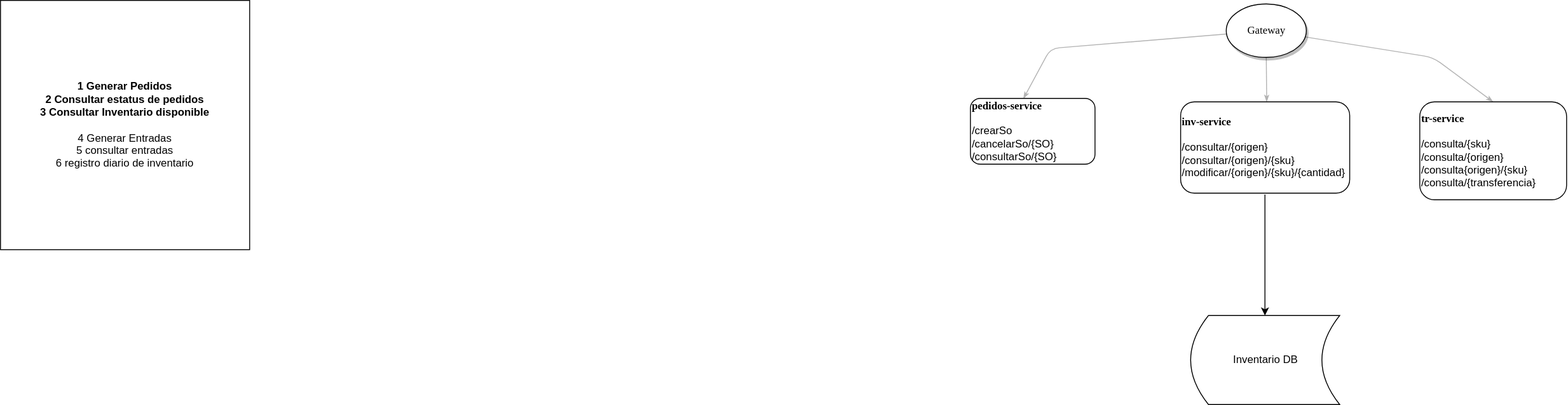
Earlier version of the draw.io export Untitled Diagram.svg (erick12357/pruebaRest). Source tidied: cells renumbered, new cells last; positions are measured from the earlier drawing's top-left corner, leaving out a move shared by most shapes.
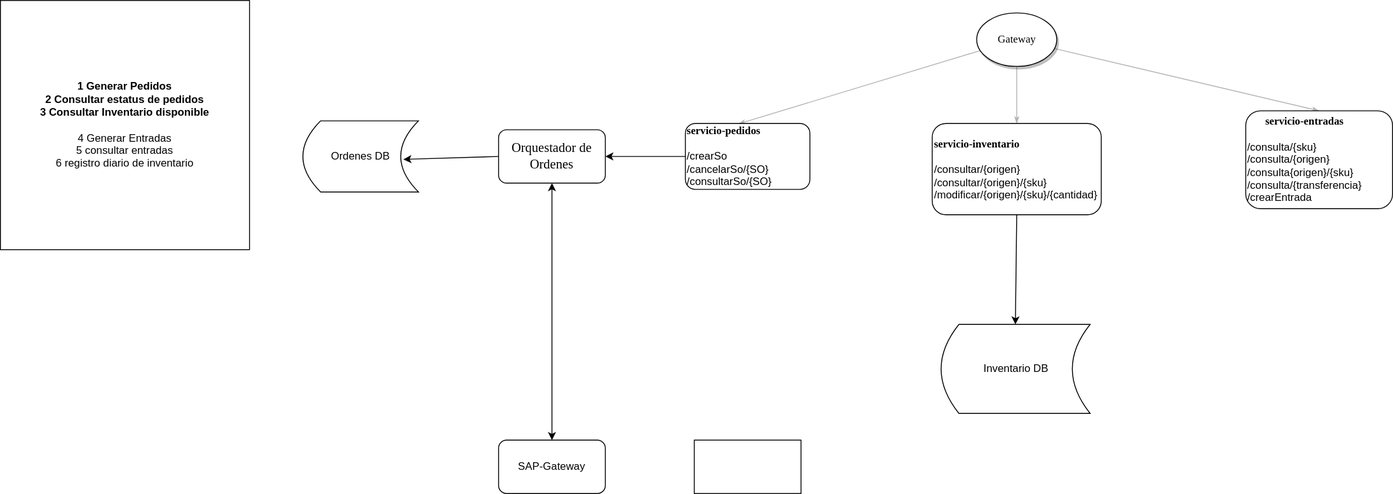
Above is the later version.

Diff of the diagram source:
```diff
@@ -2,48 +2,58 @@
   <root>
     <mxCell id="0" />
     <mxCell id="1" parent="0" />
-    <mxCell id="2" style="edgeStyle=none;rounded=1;html=1;labelBackgroundColor=none;startArrow=none;startFill=0;startSize=5;endArrow=classicThin;endFill=1;endSize=5;jettySize=auto;strokeColor=#B3B3B3;strokeWidth=1;fontFamily=Verdana;fontSize=12;" parent="1" edge="1" source="5">
-      <mxGeometry relative="1" as="geometry">
-        <mxPoint x="1423" y="114" as="targetPoint" />
-      </mxGeometry>
+    <mxCell id="2" style="edgeStyle=none;rounded=1;html=1;labelBackgroundColor=none;startArrow=none;startFill=0;startSize=5;endArrow=classicThin;endFill=1;endSize=5;jettySize=auto;strokeColor=#B3B3B3;strokeWidth=1;fontFamily=Verdana;fontSize=12;entryX=0.5;entryY=0;entryDx=0;entryDy=0;" parent="1" edge="1" source="5" target="9">
+      <mxGeometry relative="1" as="geometry" />
     </mxCell>
     <mxCell id="3" style="edgeStyle=none;rounded=1;html=1;labelBackgroundColor=none;startArrow=none;startFill=0;startSize=5;endArrow=classicThin;endFill=1;endSize=5;jettySize=auto;strokeColor=#B3B3B3;strokeWidth=1;fontFamily=Verdana;fontSize=12;entryX=0.425;entryY=0.006;entryDx=0;entryDy=0;entryPerimeter=0;" parent="1" edge="1" source="5" target="11">
-      <mxGeometry relative="1" as="geometry">
-        <Array as="points">
-          <mxPoint x="1180" y="54" />
-        </Array>
-      </mxGeometry>
+      <mxGeometry relative="1" as="geometry" />
     </mxCell>
     <mxCell id="4" style="edgeStyle=none;rounded=1;html=1;labelBackgroundColor=none;startArrow=none;startFill=0;startSize=5;endArrow=classicThin;endFill=1;endSize=5;jettySize=auto;strokeColor=#B3B3B3;strokeWidth=1;fontFamily=Verdana;fontSize=12;entryX=0.5;entryY=0;entryDx=0;entryDy=0;" parent="1" edge="1" source="5" target="10">
-      <mxGeometry relative="1" as="geometry">
-        <Array as="points">
-          <mxPoint x="1610" y="64" />
-        </Array>
-      </mxGeometry>
+      <mxGeometry relative="1" as="geometry" />
     </mxCell>
     <mxCell id="5" value="Gateway" style="ellipse;whiteSpace=wrap;html=1;rounded=0;shadow=1;comic=0;labelBackgroundColor=none;strokeWidth=1;fontFamily=Verdana;fontSize=12;align=center;" parent="1" vertex="1">
-      <mxGeometry x="1377.5" y="4" width="90" height="60" as="geometry" />
+      <mxGeometry x="1097.5" y="14" width="90" height="60" as="geometry" />
     </mxCell>
     <mxCell id="6" value="Inventario DB" style="shape=dataStorage;whiteSpace=wrap;html=1;fixedSize=1;" parent="1" vertex="1">
-      <mxGeometry x="1337.5" y="354" width="167.5" height="100" as="geometry" />
+      <mxGeometry x="1057.5" y="364" width="167.5" height="100" as="geometry" />
     </mxCell>
     <mxCell id="7" value="&lt;b&gt;1 Generar Pedidos&lt;br&gt;2 Consultar estatus de pedidos&lt;br&gt;3 Consultar Inventario disponible&lt;br&gt;&lt;/b&gt;&lt;br&gt;4 Generar Entradas&lt;br&gt;5 consultar entradas&lt;br&gt;6 registro diario de inventario" style="whiteSpace=wrap;html=1;" parent="1" vertex="1">
       <mxGeometry width="280" height="280" as="geometry" />
     </mxCell>
-    <mxCell id="8" style="endArrow=classic;html=1;fontStyle=1;" parent="1" edge="1">
+    <mxCell id="8" style="endArrow=classic;html=1;fontStyle=1;exitX=0.5;exitY=1;exitDx=0;exitDy=0;" parent="1" edge="1" source="9">
       <mxGeometry relative="1" as="geometry">
-        <mxPoint x="1421" y="218" as="sourcePoint" />
-        <mxPoint x="1421" y="354" as="targetPoint" />
+        <mxPoint x="1141" y="364" as="targetPoint" />
       </mxGeometry>
     </mxCell>
-    <mxCell id="9" value="&lt;span style=&quot;font-family: &amp;#34;verdana&amp;#34; ; text-align: center&quot;&gt;&lt;b&gt;inv-service&lt;/b&gt;&lt;br&gt;&lt;/span&gt;&lt;span&gt;&lt;br&gt;/consultar/{origen}&lt;/span&gt;&lt;br&gt;&lt;span&gt;/consultar/{origen}/{sku}&lt;/span&gt;&lt;br&gt;&lt;span&gt;/modificar/{origen}/{sku}/{cantidad}&lt;/span&gt;" style="rounded=1;whiteSpace=wrap;html=1;align=left;" parent="1" vertex="1">
-      <mxGeometry x="1326.2" y="114" width="190" height="102.5" as="geometry" />
+    <mxCell id="9" value="&lt;span style=&quot;font-family: &amp;#34;verdana&amp;#34; ; text-align: center&quot;&gt;&lt;b&gt;servicio-inventario&lt;/b&gt;&lt;br&gt;&lt;/span&gt;&lt;span&gt;&lt;br&gt;/consultar/{origen}&lt;/span&gt;&lt;br&gt;&lt;span&gt;/consultar/{origen}/{sku}&lt;/span&gt;&lt;br&gt;&lt;span&gt;/modificar/{origen}/{sku}/{cantidad}&lt;/span&gt;" style="rounded=1;whiteSpace=wrap;html=1;align=left;" parent="1" vertex="1">
+      <mxGeometry x="1047.5" y="138.2" width="190" height="102.5" as="geometry" />
     </mxCell>
-    <mxCell id="10" value="&lt;div&gt;&lt;span style=&quot;font-family: &amp;#34;verdana&amp;#34; ; text-align: center&quot;&gt;&lt;b&gt;tr-service&lt;/b&gt;&lt;/span&gt;&lt;br&gt;&lt;/div&gt;&lt;div&gt;&lt;span style=&quot;font-family: &amp;#34;verdana&amp;#34; ; text-align: center&quot;&gt;&lt;br&gt;&lt;/span&gt;&lt;/div&gt;&lt;div&gt;&lt;span&gt;/consulta/{sku}&lt;/span&gt;&lt;br&gt;&lt;/div&gt;&lt;div&gt;/consulta/{origen}&lt;/div&gt;&lt;div&gt;/consulta{origen}/{sku}&lt;/div&gt;&lt;div&gt;/consulta/{transferencia}&lt;/div&gt;" style="rounded=1;whiteSpace=wrap;html=1;align=left;" parent="1" vertex="1">
-      <mxGeometry x="1595" y="114" width="165" height="110" as="geometry" />
+    <mxCell id="10" value="&lt;div style=&quot;text-align: center&quot;&gt;&lt;font face=&quot;verdana&quot;&gt;&lt;b&gt;servicio-entradas&lt;/b&gt;&lt;/font&gt;&lt;/div&gt;&lt;div&gt;&lt;span style=&quot;font-family: &amp;#34;verdana&amp;#34; ; text-align: center&quot;&gt;&lt;br&gt;&lt;/span&gt;&lt;/div&gt;&lt;div&gt;&lt;span&gt;/consulta/{sku}&lt;/span&gt;&lt;br&gt;&lt;/div&gt;&lt;div&gt;/consulta/{origen}&lt;/div&gt;&lt;div&gt;/consulta{origen}/{sku}&lt;/div&gt;&lt;div&gt;/consulta/{transferencia}&lt;/div&gt;&lt;div&gt;/crearEntrada&lt;/div&gt;" style="rounded=1;whiteSpace=wrap;html=1;align=left;" parent="1" vertex="1">
+      <mxGeometry x="1400" y="124" width="165" height="110" as="geometry" />
     </mxCell>
-    <mxCell id="11" value="&lt;span style=&quot;font-family: &amp;#34;verdana&amp;#34; ; text-align: center&quot;&gt;&lt;b&gt;pedidos-service&lt;/b&gt;&lt;/span&gt;&lt;span&gt;&lt;b&gt;&lt;br&gt;&lt;/b&gt;&lt;br&gt;/crearSo&lt;/span&gt;&lt;br&gt;&lt;span&gt;/cancelarSo/{SO}&lt;/span&gt;&lt;br&gt;&lt;span&gt;/consultarSo/{SO}&lt;/span&gt;" style="rounded=1;whiteSpace=wrap;html=1;align=left;" parent="1" vertex="1">
-      <mxGeometry x="1090" y="110" width="140" height="74" as="geometry" />
+    <mxCell id="11" value="&lt;span style=&quot;font-family: &amp;#34;verdana&amp;#34; ; text-align: center&quot;&gt;&lt;b&gt;servicio-pedidos&lt;/b&gt;&lt;/span&gt;&lt;span&gt;&lt;b&gt;&lt;br&gt;&lt;/b&gt;&lt;br&gt;/crearSo&lt;/span&gt;&lt;br&gt;&lt;span&gt;/cancelarSo/{SO}&lt;/span&gt;&lt;br&gt;&lt;span&gt;/consultarSo/{SO}&lt;/span&gt;" style="rounded=1;whiteSpace=wrap;html=1;align=left;" parent="1" vertex="1">
+      <mxGeometry x="770" y="138.2" width="140" height="74" as="geometry" />
     </mxCell>
+    <mxCell id="12" value="SAP-Gateway&lt;br&gt;" style="rounded=1;whiteSpace=wrap;html=1;" parent="1" vertex="1">
+      <mxGeometry x="560" y="494" width="120" height="60" as="geometry" />
+    </mxCell>
+    <mxCell id="13" value="&lt;span lang=&quot;EN-US&quot; style=&quot;font-size: 11.0pt ; font-family: &amp;#34;calibri&amp;#34; , &amp;#34;sans-serif&amp;#34;&quot;&gt;Orquestador de Ordenes&lt;/span&gt;" style="rounded=1;whiteSpace=wrap;html=1;" parent="1" vertex="1">
+      <mxGeometry x="560" y="145.2" width="120" height="60" as="geometry" />
+    </mxCell>
+    <mxCell id="14" style="endArrow=classic;html=1;entryX=1;entryY=0.5;entryDx=0;entryDy=0;exitX=0;exitY=0.5;exitDx=0;exitDy=0;" parent="1" edge="1" source="11" target="13">
+      <mxGeometry relative="1" as="geometry" />
+    </mxCell>
+    <mxCell id="15" value="Ordenes DB" style="shape=dataStorage;whiteSpace=wrap;html=1;fixedSize=1;" parent="1" vertex="1">
+      <mxGeometry x="340" y="135.2" width="130" height="80" as="geometry" />
+    </mxCell>
+    <mxCell id="16" style="endArrow=classic;html=1;entryX=0.869;entryY=0.541;entryDx=0;entryDy=0;entryPerimeter=0;exitX=0;exitY=0.5;exitDx=0;exitDy=0;" parent="1" edge="1" source="13" target="15">
+      <mxGeometry relative="1" as="geometry" />
+    </mxCell>
+    <mxCell id="17" style="endArrow=classic;startArrow=classic;html=1;entryX=0.5;entryY=1;entryDx=0;entryDy=0;exitX=0.5;exitY=0;exitDx=0;exitDy=0;" parent="1" edge="1" source="12" target="13">
+      <mxGeometry relative="1" as="geometry" />
+    </mxCell>
+    <mxCell id="18" style="rounded=0;whiteSpace=wrap;html=1;" parent="1" vertex="1">
+      <mxGeometry x="780" y="494" width="120" height="60" as="geometry" />
+    </mxCell>
   </root>
 </mxGraphModel>
```
